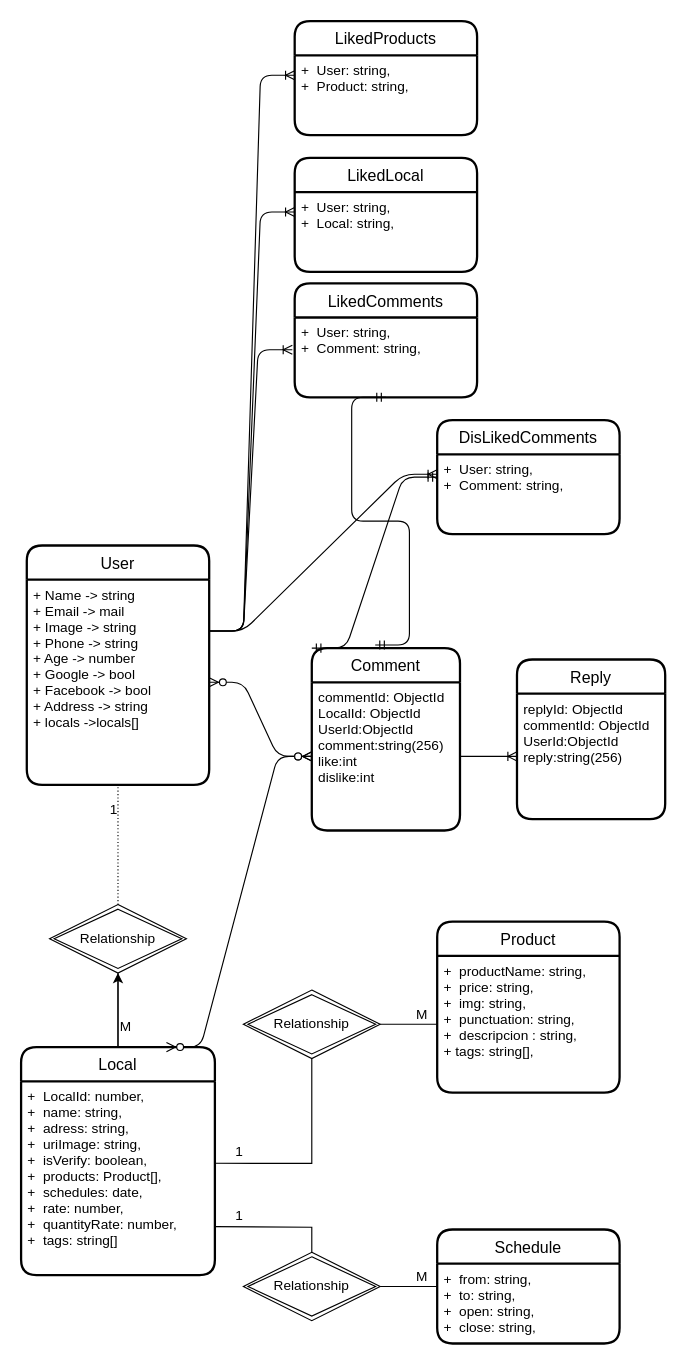
VictorVMHC/Located.API keeps this draw.io diagram as page "Database" (1 of 9) of Documentation/Database.drawio. Above is the earlier version. Source tidied: cells renumbered, new cells numbered last; positions are measured from the earlier drawing's top-left corner, leaving out a move shared by most shapes. Both pictures are drawn from the tidied source at 114%, with x=0, y=0 at pixel (21, 21).
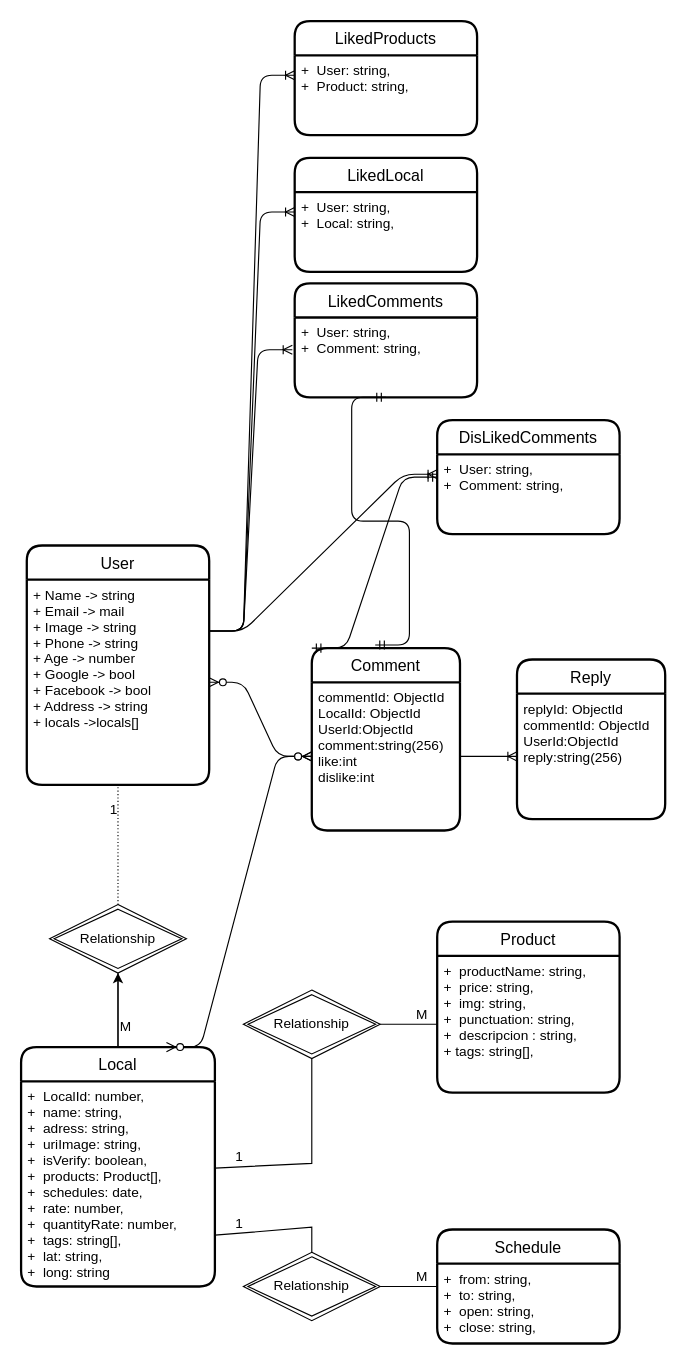
Above is the later version.

Commit message:
Updated database docu

The edit, as a diff of the source:
```diff
@@
     <mxCell id="6" value="Local" style="swimlane;horizontal=1;startSize=30;rounded=1;fontSize=14;fontStyle=0;strokeWidth=2;shadow=0;dashed=0;align=center;" parent="1" vertex="1">
-      <mxGeometry y="900" width="170" height="200" as="geometry" />
+      <mxGeometry y="900" width="170" height="210" as="geometry" />
     </mxCell>
-    <mxCell id="7" value="+  LocalId: number,&#10;+  name: string,&#10;+  adress: string,&#10;+  uriImage: string,&#10;+  isVerify: boolean,&#10;+  products: Product[],&#10;+  schedules: date,&#10;+  rate: number,&#10;+  quantityRate: number,&#10;+  tags: string[]" style="align=left;strokeColor=none;fillColor=none;spacingLeft=4;fontSize=12;verticalAlign=top;" parent="6" vertex="1">
-      <mxGeometry y="30" width="170" height="170" as="geometry" />
+    <mxCell id="7" value="+  LocalId: number,&#10;+  name: string,&#10;+  adress: string,&#10;+  uriImage: string,&#10;+  isVerify: boolean,&#10;+  products: Product[],&#10;+  schedules: date,&#10;+  rate: number,&#10;+  quantityRate: number,&#10;+  tags: string[],&#10;+  lat: string,&#10;+  long: string" style="align=left;strokeColor=none;fillColor=none;spacingLeft=4;fontSize=12;verticalAlign=top;" parent="6" vertex="1">
+      <mxGeometry y="30" width="170" height="180" as="geometry" />
     </mxCell>
```
